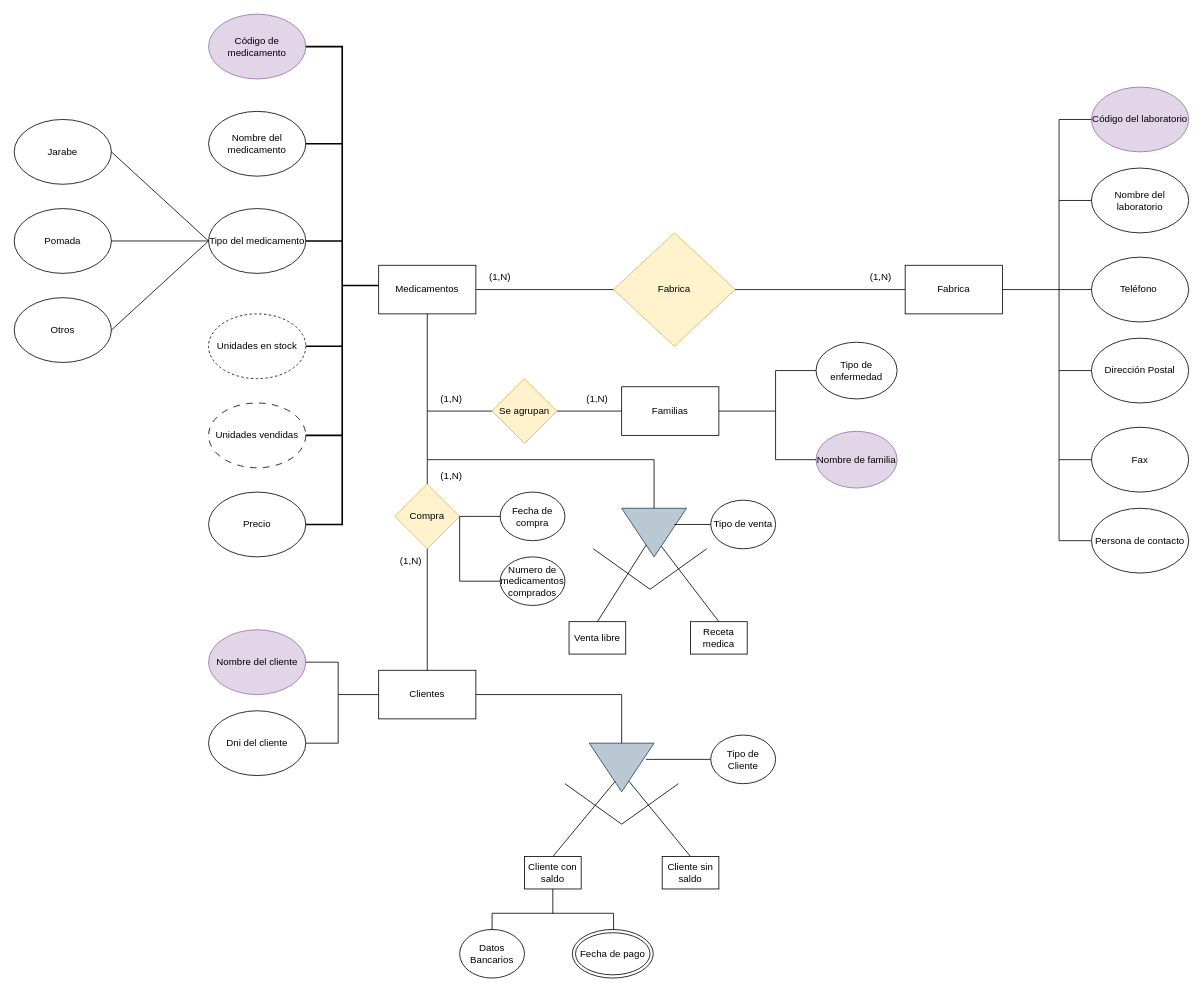
Before: Diagrama entidad relacion farmacia.drawio in alu0101101507/ADBD, a draw.io diagram. Source tidied: cells renumbered, new cells numbered last; positions are measured from the earlier drawing's top-left corner, leaving out a move shared by most shapes. Both pictures are drawn from the tidied source at 81%, with x=0, y=0 at pixel (14, 14).
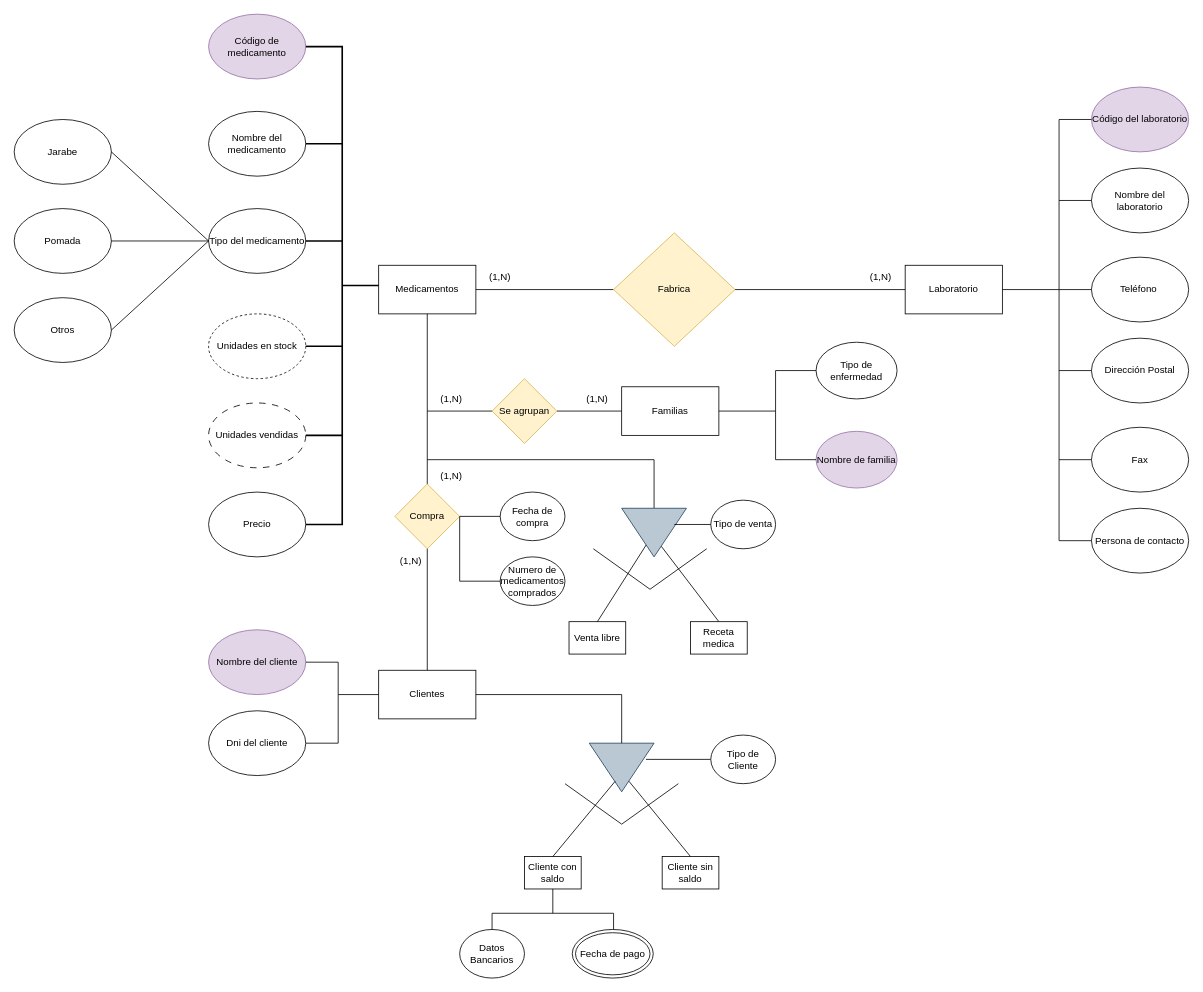
The same page after the edit.

The edit, as a diff of the source:
```diff
@@
-    <mxCell id="21" value="Fabrica" style="rounded=0;whiteSpace=wrap;html=1;" parent="1" vertex="1">
+    <mxCell id="21" value="Laboratorio" style="rounded=0;whiteSpace=wrap;html=1;" parent="1" vertex="1">
       <mxGeometry x="1100" y="310" width="120" height="60" as="geometry" />
     </mxCell>
```
